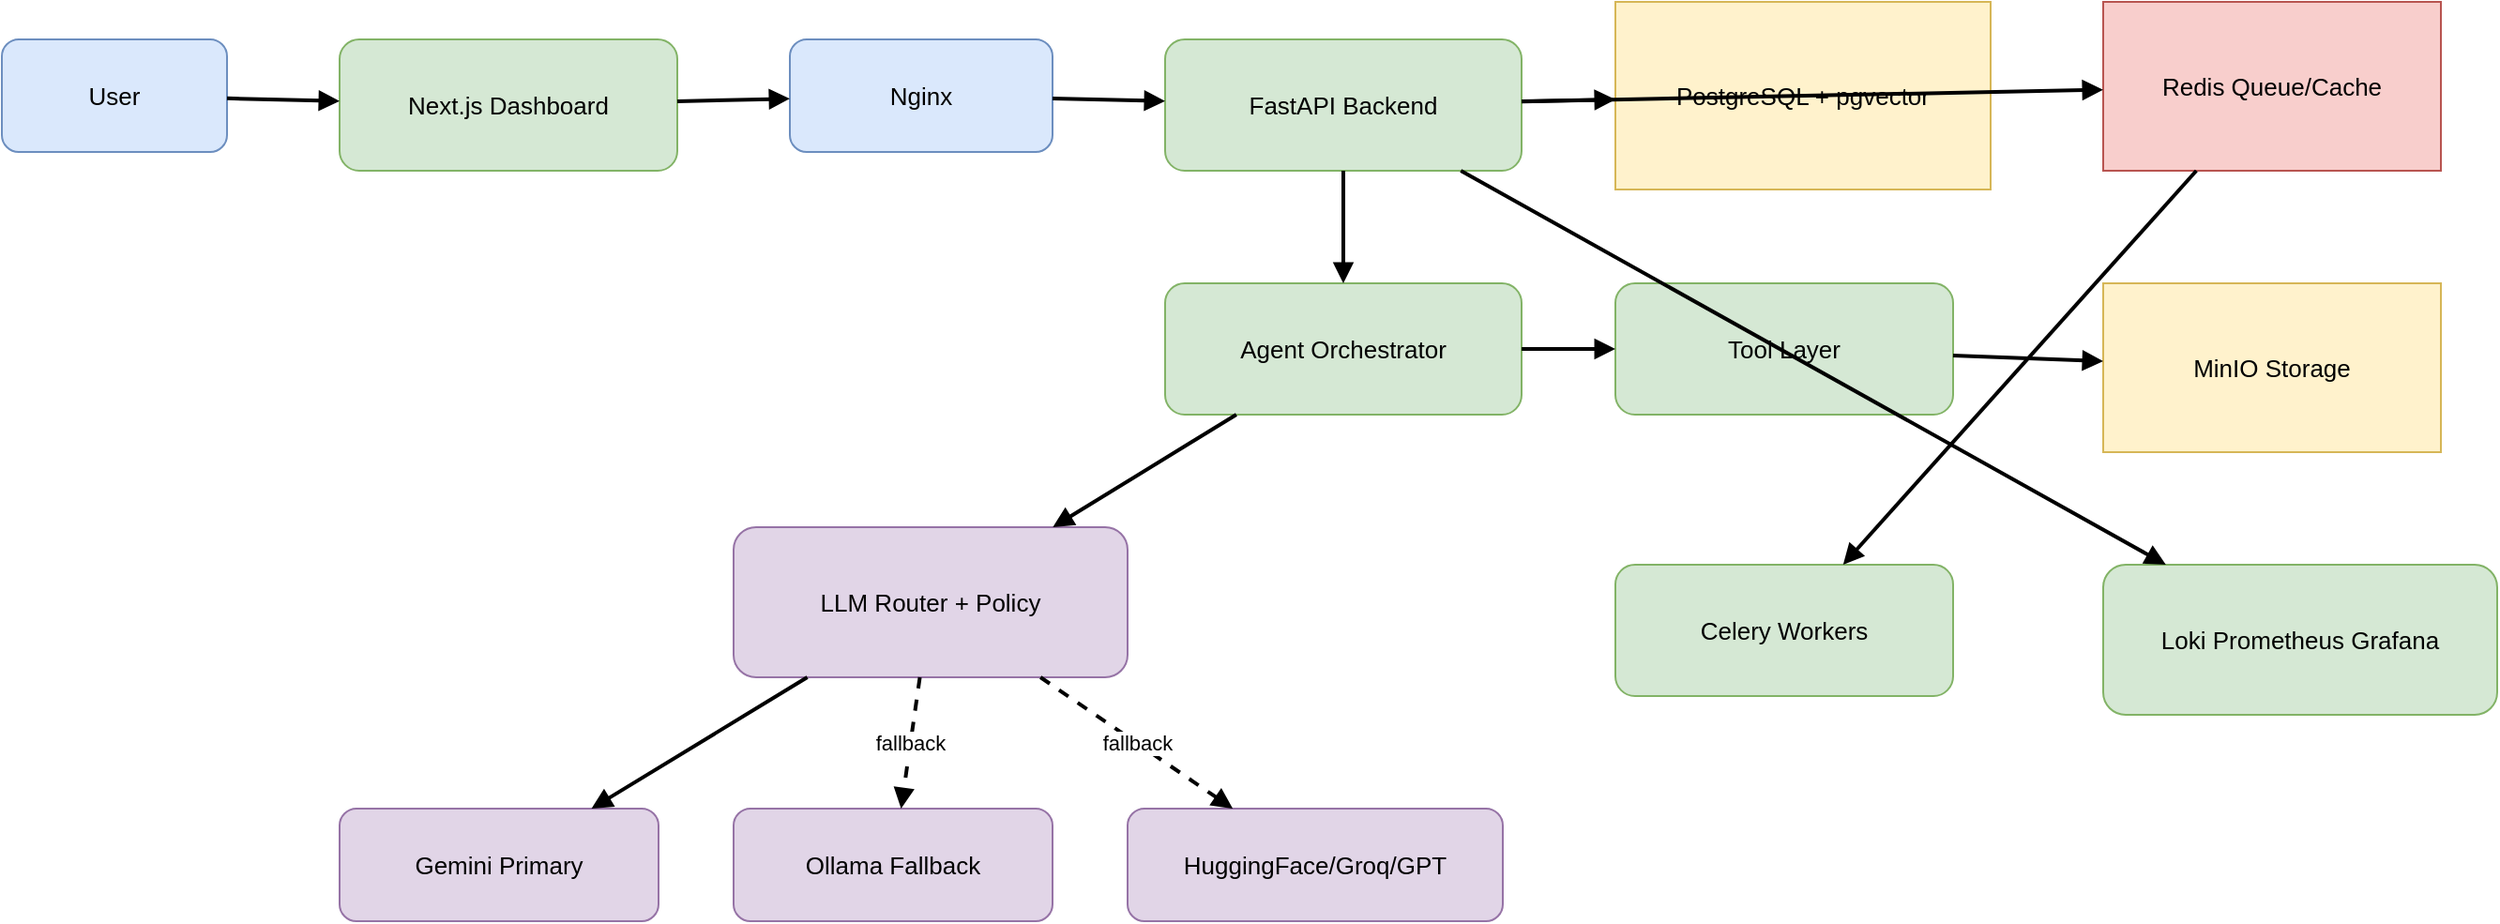
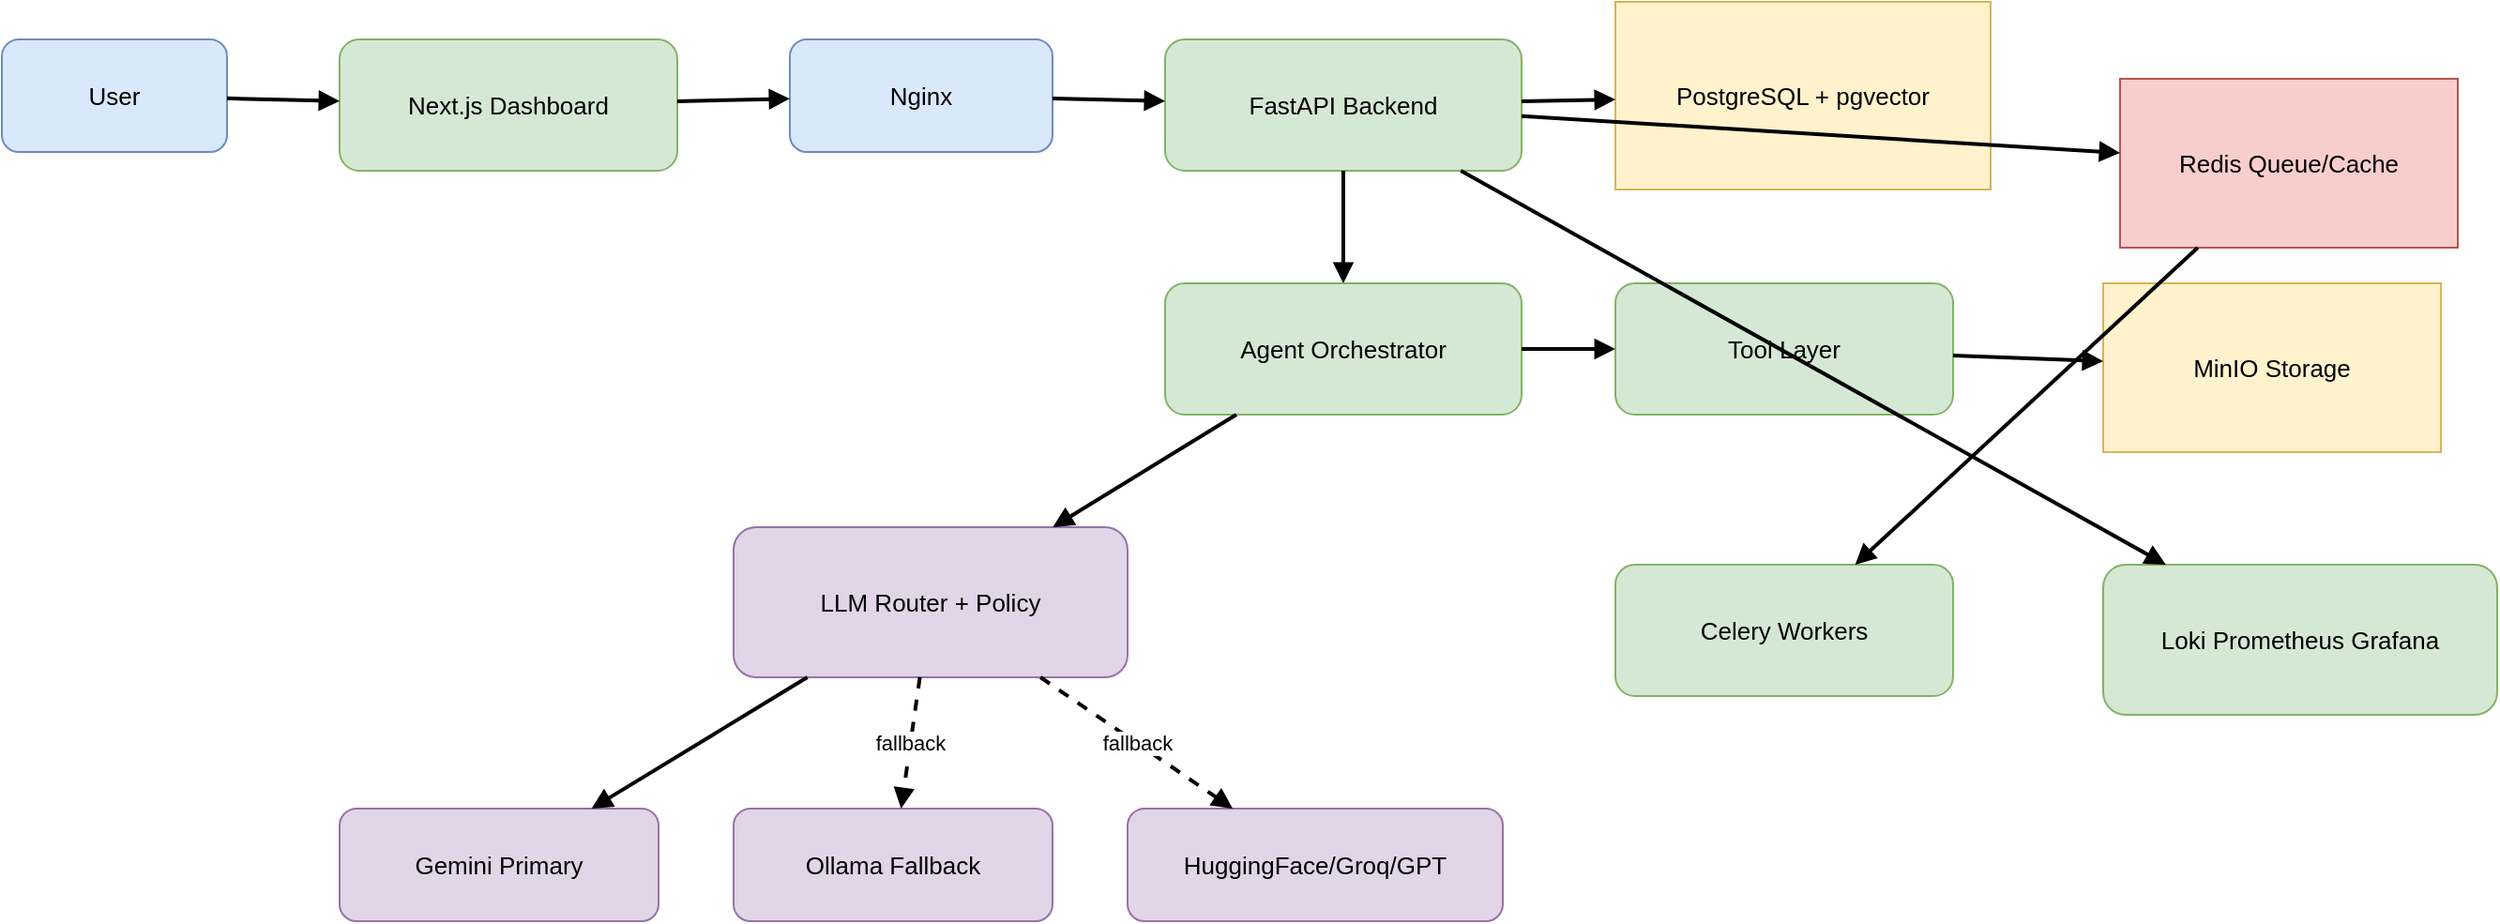
- <mxfile host="app.diagrams.net"><diagram name="Full System Architecture"><mxGraphModel dx="1200" dy="800" grid="1" gridSize="10" guides="1" tooltips="1" connect="1" arrows="1" fold="1" page="1" pageScale="1" pageWidth="1400" pageHeight="900" math="0" shadow="0"><root><mxCell id="0"/><mxCell id="1" parent="0"/><mxCell id="user" value="User" style="rounded=1;whiteSpace=wrap;html=1;fillColor=#dae8fc;strokeColor=#6c8ebf;fontSize=13;" vertex="1" parent="1"><mxGeometry x="40" y="60" width="120" height="60" as="geometry"/></mxCell><mxCell id="dash" value="Next.js Dashboard" style="rounded=1;whiteSpace=wrap;html=1;fillColor=#d5e8d4;strokeColor=#82b366;fontSize=13;" vertex="1" parent="1"><mxGeometry x="220" y="60" width="180" height="70" as="geometry"/></mxCell><mxCell id="nginx" value="Nginx" style="rounded=1;whiteSpace=wrap;html=1;fillColor=#dae8fc;strokeColor=#6c8ebf;fontSize=13;" vertex="1" parent="1"><mxGeometry x="460" y="60" width="140" height="60" as="geometry"/></mxCell><mxCell id="api" value="FastAPI Backend" style="rounded=1;whiteSpace=wrap;html=1;fillColor=#d5e8d4;strokeColor=#82b366;fontSize=13;" vertex="1" parent="1"><mxGeometry x="660" y="60" width="190" height="70" as="geometry"/></mxCell><mxCell id="orch" value="Agent Orchestrator" style="rounded=1;whiteSpace=wrap;html=1;fillColor=#d5e8d4;strokeColor=#82b366;fontSize=13;" vertex="1" parent="1"><mxGeometry x="660" y="190" width="190" height="70" as="geometry"/></mxCell><mxCell id="router" value="LLM Router + Policy" style="rounded=1;whiteSpace=wrap;html=1;fillColor=#e1d5e7;strokeColor=#9673a6;fontSize=13;" vertex="1" parent="1"><mxGeometry x="430" y="320" width="210" height="80" as="geometry"/></mxCell><mxCell id="gem" value="Gemini Primary" style="rounded=1;whiteSpace=wrap;html=1;fillColor=#e1d5e7;strokeColor=#9673a6;fontSize=13;" vertex="1" parent="1"><mxGeometry x="220" y="470" width="170" height="60" as="geometry"/></mxCell><mxCell id="oll" value="Ollama Fallback" style="rounded=1;whiteSpace=wrap;html=1;fillColor=#e1d5e7;strokeColor=#9673a6;fontSize=13;" vertex="1" parent="1"><mxGeometry x="430" y="470" width="170" height="60" as="geometry"/></mxCell><mxCell id="hf" value="HuggingFace/Groq/GPT" style="rounded=1;whiteSpace=wrap;html=1;fillColor=#e1d5e7;strokeColor=#9673a6;fontSize=13;" vertex="1" parent="1"><mxGeometry x="640" y="470" width="200" height="60" as="geometry"/></mxCell><mxCell id="tools" value="Tool Layer" style="rounded=1;whiteSpace=wrap;html=1;fillColor=#d5e8d4;strokeColor=#82b366;fontSize=13;" vertex="1" parent="1"><mxGeometry x="900" y="190" width="180" height="70" as="geometry"/></mxCell><mxCell id="pg" value="PostgreSQL + pgvector" style="shape=cylinder3d;whiteSpace=wrap;html=1;boundedLbl=1;backgroundOutline=1;size=15;fillColor=#fff2cc;strokeColor=#d6b656;fontSize=13;" vertex="1" parent="1"><mxGeometry x="900" y="40" width="200" height="100" as="geometry"/></mxCell><mxCell id="redis" value="Redis Queue/Cache" style="shape=cylinder3d;whiteSpace=wrap;html=1;boundedLbl=1;backgroundOutline=1;size=15;fillColor=#f8cecc;strokeColor=#b85450;fontSize=13;" vertex="1" parent="1"><mxGeometry x="1160" y="40" width="180" height="90" as="geometry"/></mxCell><mxCell id="minio" value="MinIO Storage" style="shape=cylinder3d;whiteSpace=wrap;html=1;boundedLbl=1;backgroundOutline=1;size=15;fillColor=#fff2cc;strokeColor=#d6b656;fontSize=13;" vertex="1" parent="1"><mxGeometry x="1160" y="190" width="180" height="90" as="geometry"/></mxCell><mxCell id="worker" value="Celery Workers" style="rounded=1;whiteSpace=wrap;html=1;fillColor=#d5e8d4;strokeColor=#82b366;fontSize=13;" vertex="1" parent="1"><mxGeometry x="900" y="340" width="180" height="70" as="geometry"/></mxCell><mxCell id="obs" value="Loki Prometheus Grafana" style="rounded=1;whiteSpace=wrap;html=1;fillColor=#d5e8d4;strokeColor=#82b366;fontSize=13;" vertex="1" parent="1"><mxGeometry x="1160" y="340" width="210" height="80" as="geometry"/></mxCell><mxCell id="e1" value="" style="endArrow=block;html=1;rounded=0;strokeWidth=2;" edge="1" parent="1" source="user" target="dash"><mxGeometry relative="1" as="geometry"/></mxCell><mxCell id="e2" value="" style="endArrow=block;html=1;rounded=0;strokeWidth=2;" edge="1" parent="1" source="dash" target="nginx"><mxGeometry relative="1" as="geometry"/></mxCell><mxCell id="e3" value="" style="endArrow=block;html=1;rounded=0;strokeWidth=2;" edge="1" parent="1" source="nginx" target="api"><mxGeometry relative="1" as="geometry"/></mxCell><mxCell id="e4" value="" style="endArrow=block;html=1;rounded=0;strokeWidth=2;" edge="1" parent="1" source="api" target="orch"><mxGeometry relative="1" as="geometry"/></mxCell><mxCell id="e5" value="" style="endArrow=block;html=1;rounded=0;strokeWidth=2;" edge="1" parent="1" source="orch" target="router"><mxGeometry relative="1" as="geometry"/></mxCell><mxCell id="e6" value="" style="endArrow=block;html=1;rounded=0;strokeWidth=2;" edge="1" parent="1" source="router" target="gem"><mxGeometry relative="1" as="geometry"/></mxCell><mxCell id="e7" value="fallback" style="endArrow=block;html=1;rounded=0;strokeWidth=2;dashed=1;" edge="1" parent="1" source="router" target="oll"><mxGeometry relative="1" as="geometry"/></mxCell><mxCell id="e8" value="fallback" style="endArrow=block;html=1;rounded=0;strokeWidth=2;dashed=1;" edge="1" parent="1" source="router" target="hf"><mxGeometry relative="1" as="geometry"/></mxCell><mxCell id="e9" value="" style="endArrow=block;html=1;rounded=0;strokeWidth=2;" edge="1" parent="1" source="orch" target="tools"><mxGeometry relative="1" as="geometry"/></mxCell><mxCell id="e10" value="" style="endArrow=block;html=1;rounded=0;strokeWidth=2;" edge="1" parent="1" source="api" target="pg"><mxGeometry relative="1" as="geometry"/></mxCell><mxCell id="e11" value="" style="endArrow=block;html=1;rounded=0;strokeWidth=2;" edge="1" parent="1" source="api" target="redis"><mxGeometry relative="1" as="geometry"/></mxCell><mxCell id="e12" value="" style="endArrow=block;html=1;rounded=0;strokeWidth=2;" edge="1" parent="1" source="tools" target="minio"><mxGeometry relative="1" as="geometry"/></mxCell><mxCell id="e13" value="" style="endArrow=block;html=1;rounded=0;strokeWidth=2;" edge="1" parent="1" source="redis" target="worker"><mxGeometry relative="1" as="geometry"/></mxCell><mxCell id="e14" value="" style="endArrow=block;html=1;rounded=0;strokeWidth=2;" edge="1" parent="1" source="api" target="obs"><mxGeometry relative="1" as="geometry"/></mxCell></root></mxGraphModel></diagram></mxfile>
+ <mxfile host="65bd71144e">
+     <diagram name="Full System Architecture" id="0">
+         <mxGraphModel dx="1044" dy="537" grid="1" gridSize="10" guides="1" tooltips="1" connect="1" arrows="1" fold="1" page="1" pageScale="1" pageWidth="1400" pageHeight="900" math="0" shadow="0">
+             <root>
+                 <mxCell id="0"/>
+                 <mxCell id="1" parent="0"/>
+                 <mxCell id="user" value="User" style="rounded=1;whiteSpace=wrap;html=1;fillColor=#dae8fc;strokeColor=#6c8ebf;fontSize=13;" parent="1" vertex="1">
+                     <mxGeometry x="40" y="60" width="120" height="60" as="geometry"/>
+                 </mxCell>
+                 <mxCell id="dash" value="Next.js Dashboard" style="rounded=1;whiteSpace=wrap;html=1;fillColor=#d5e8d4;strokeColor=#82b366;fontSize=13;" parent="1" vertex="1">
+                     <mxGeometry x="220" y="60" width="180" height="70" as="geometry"/>
+                 </mxCell>
+                 <mxCell id="nginx" value="Nginx" style="rounded=1;whiteSpace=wrap;html=1;fillColor=#dae8fc;strokeColor=#6c8ebf;fontSize=13;" parent="1" vertex="1">
+                     <mxGeometry x="460" y="60" width="140" height="60" as="geometry"/>
+                 </mxCell>
+                 <mxCell id="api" value="FastAPI Backend" style="rounded=1;whiteSpace=wrap;html=1;fillColor=#d5e8d4;strokeColor=#82b366;fontSize=13;" parent="1" vertex="1">
+                     <mxGeometry x="660" y="60" width="190" height="70" as="geometry"/>
+                 </mxCell>
+                 <mxCell id="orch" value="Agent Orchestrator" style="rounded=1;whiteSpace=wrap;html=1;fillColor=#d5e8d4;strokeColor=#82b366;fontSize=13;" parent="1" vertex="1">
+                     <mxGeometry x="660" y="190" width="190" height="70" as="geometry"/>
+                 </mxCell>
+                 <mxCell id="router" value="LLM Router + Policy" style="rounded=1;whiteSpace=wrap;html=1;fillColor=#e1d5e7;strokeColor=#9673a6;fontSize=13;" parent="1" vertex="1">
+                     <mxGeometry x="430" y="320" width="210" height="80" as="geometry"/>
+                 </mxCell>
+                 <mxCell id="gem" value="Gemini Primary" style="rounded=1;whiteSpace=wrap;html=1;fillColor=#e1d5e7;strokeColor=#9673a6;fontSize=13;" parent="1" vertex="1">
+                     <mxGeometry x="220" y="470" width="170" height="60" as="geometry"/>
+                 </mxCell>
+                 <mxCell id="oll" value="Ollama Fallback" style="rounded=1;whiteSpace=wrap;html=1;fillColor=#e1d5e7;strokeColor=#9673a6;fontSize=13;" parent="1" vertex="1">
+                     <mxGeometry x="430" y="470" width="170" height="60" as="geometry"/>
+                 </mxCell>
+                 <mxCell id="hf" value="HuggingFace/Groq/GPT" style="rounded=1;whiteSpace=wrap;html=1;fillColor=#e1d5e7;strokeColor=#9673a6;fontSize=13;" parent="1" vertex="1">
+                     <mxGeometry x="640" y="470" width="200" height="60" as="geometry"/>
+                 </mxCell>
+                 <mxCell id="tools" value="Tool Layer" style="rounded=1;whiteSpace=wrap;html=1;fillColor=#d5e8d4;strokeColor=#82b366;fontSize=13;" parent="1" vertex="1">
+                     <mxGeometry x="900" y="190" width="180" height="70" as="geometry"/>
+                 </mxCell>
+                 <mxCell id="pg" value="PostgreSQL + pgvector" style="shape=cylinder3d;whiteSpace=wrap;html=1;boundedLbl=1;backgroundOutline=1;size=15;fillColor=#fff2cc;strokeColor=#d6b656;fontSize=13;" parent="1" vertex="1">
+                     <mxGeometry x="900" y="40" width="200" height="100" as="geometry"/>
+                 </mxCell>
+                 <mxCell id="redis" value="Redis Queue/Cache" style="shape=cylinder3d;whiteSpace=wrap;html=1;boundedLbl=1;backgroundOutline=1;size=15;fillColor=#f8cecc;strokeColor=#b85450;fontSize=13;" parent="1" vertex="1">
+                     <mxGeometry x="1169" y="81" width="180" height="90" as="geometry"/>
+                 </mxCell>
+                 <mxCell id="minio" value="MinIO Storage" style="shape=cylinder3d;whiteSpace=wrap;html=1;boundedLbl=1;backgroundOutline=1;size=15;fillColor=#fff2cc;strokeColor=#d6b656;fontSize=13;" parent="1" vertex="1">
+                     <mxGeometry x="1160" y="190" width="180" height="90" as="geometry"/>
+                 </mxCell>
+                 <mxCell id="worker" value="Celery Workers" style="rounded=1;whiteSpace=wrap;html=1;fillColor=#d5e8d4;strokeColor=#82b366;fontSize=13;" parent="1" vertex="1">
+                     <mxGeometry x="900" y="340" width="180" height="70" as="geometry"/>
+                 </mxCell>
+                 <mxCell id="obs" value="Loki Prometheus Grafana" style="rounded=1;whiteSpace=wrap;html=1;fillColor=#d5e8d4;strokeColor=#82b366;fontSize=13;" parent="1" vertex="1">
+                     <mxGeometry x="1160" y="340" width="210" height="80" as="geometry"/>
+                 </mxCell>
+                 <mxCell id="e1" value="" style="endArrow=block;html=1;rounded=0;strokeWidth=2;" parent="1" source="user" target="dash" edge="1">
+                     <mxGeometry relative="1" as="geometry"/>
+                 </mxCell>
+                 <mxCell id="e2" value="" style="endArrow=block;html=1;rounded=0;strokeWidth=2;" parent="1" source="dash" target="nginx" edge="1">
+                     <mxGeometry relative="1" as="geometry"/>
+                 </mxCell>
+                 <mxCell id="e3" value="" style="endArrow=block;html=1;rounded=0;strokeWidth=2;" parent="1" source="nginx" target="api" edge="1">
+                     <mxGeometry relative="1" as="geometry"/>
+                 </mxCell>
+                 <mxCell id="e4" value="" style="endArrow=block;html=1;rounded=0;strokeWidth=2;" parent="1" source="api" target="orch" edge="1">
+                     <mxGeometry relative="1" as="geometry"/>
+                 </mxCell>
+                 <mxCell id="e5" value="" style="endArrow=block;html=1;rounded=0;strokeWidth=2;" parent="1" source="orch" target="router" edge="1">
+                     <mxGeometry relative="1" as="geometry"/>
+                 </mxCell>
+                 <mxCell id="e6" value="" style="endArrow=block;html=1;rounded=0;strokeWidth=2;" parent="1" source="router" target="gem" edge="1">
+                     <mxGeometry relative="1" as="geometry"/>
+                 </mxCell>
+                 <mxCell id="e7" value="fallback" style="endArrow=block;html=1;rounded=0;strokeWidth=2;dashed=1;" parent="1" source="router" target="oll" edge="1">
+                     <mxGeometry relative="1" as="geometry"/>
+                 </mxCell>
+                 <mxCell id="e8" value="fallback" style="endArrow=block;html=1;rounded=0;strokeWidth=2;dashed=1;" parent="1" source="router" target="hf" edge="1">
+                     <mxGeometry relative="1" as="geometry"/>
+                 </mxCell>
+                 <mxCell id="e9" value="" style="endArrow=block;html=1;rounded=0;strokeWidth=2;" parent="1" source="orch" target="tools" edge="1">
+                     <mxGeometry relative="1" as="geometry"/>
+                 </mxCell>
+                 <mxCell id="e10" value="" style="endArrow=block;html=1;rounded=0;strokeWidth=2;" parent="1" source="api" target="pg" edge="1">
+                     <mxGeometry relative="1" as="geometry"/>
+                 </mxCell>
+                 <mxCell id="e11" value="" style="endArrow=block;html=1;rounded=0;strokeWidth=2;" parent="1" source="api" target="redis" edge="1">
+                     <mxGeometry relative="1" as="geometry"/>
+                 </mxCell>
+                 <mxCell id="e12" value="" style="endArrow=block;html=1;rounded=0;strokeWidth=2;" parent="1" source="tools" target="minio" edge="1">
+                     <mxGeometry relative="1" as="geometry"/>
+                 </mxCell>
+                 <mxCell id="e13" value="" style="endArrow=block;html=1;rounded=0;strokeWidth=2;" parent="1" source="redis" target="worker" edge="1">
+                     <mxGeometry relative="1" as="geometry"/>
+                 </mxCell>
+                 <mxCell id="e14" value="" style="endArrow=block;html=1;rounded=0;strokeWidth=2;" parent="1" source="api" target="obs" edge="1">
+                     <mxGeometry relative="1" as="geometry"/>
+                 </mxCell>
+             </root>
+         </mxGraphModel>
+     </diagram>
+ </mxfile>